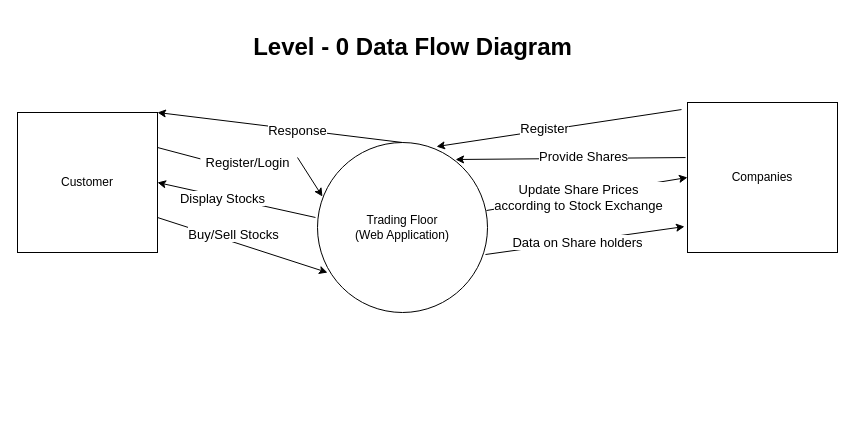
The draw.io diagram se4.drawio in AmanAgrawal21900/Colab-Notebooks, before the edit. Source tidied: cells renumbered, new cells numbered last; positions are measured from the earlier drawing's top-left corner, leaving out a move shared by most shapes. Both pictures are drawn from the tidied source at 100%, with x=0, y=0 at pixel (17, 22).
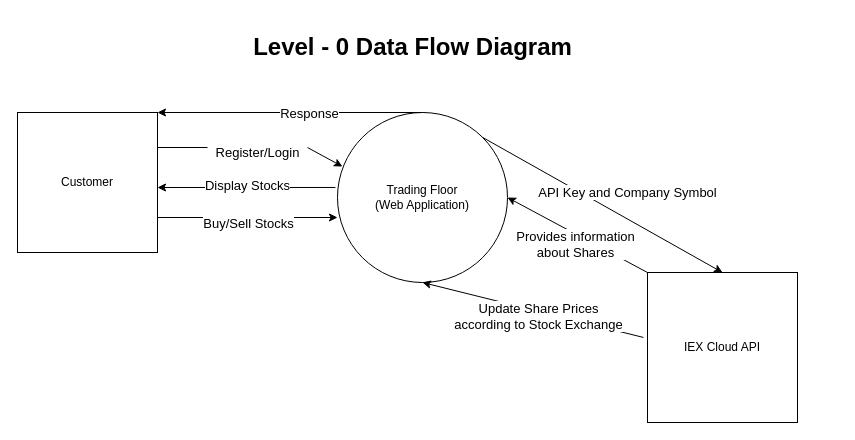
The same page after the edit.

Unchanged cells that the change refers to:
```xml
<mxCell id="3" value="Customer" style="whiteSpace=wrap;html=1;" parent="1" vertex="1">
  <mxGeometry y="90" width="140" height="140" as="geometry" />
</mxCell>
```

The edit, as a diff of the source:
```diff
@@
     <mxCell id="2" value="Trading Floor &lt;br&gt;(Web Application)" style="ellipse;whiteSpace=wrap;html=1;" parent="1" vertex="1">
-      <mxGeometry x="300" y="120" width="170" height="170" as="geometry" />
+      <mxGeometry x="320" y="90" width="170" height="170" as="geometry" />
     </mxCell>
@@
-    <mxCell id="4" value="Companies" style="whiteSpace=wrap;html=1;" parent="1" vertex="1">
-      <mxGeometry x="670" y="80" width="150" height="150" as="geometry" />
+    <mxCell id="4" value="IEX Cloud API" style="whiteSpace=wrap;html=1;" parent="1" vertex="1">
+      <mxGeometry x="630" y="250" width="150" height="150" as="geometry" />
     </mxCell>
@@
     <mxCell id="6" value="Register/Login" style="text;html=1;align=center;verticalAlign=middle;points=[];strokeColor=none;fillColor=none;strokeWidth=1;fontSize=13;" parent="1" vertex="1">
-      <mxGeometry x="180" y="130" width="100" height="20" as="geometry" />
+      <mxGeometry x="190" y="120" width="100" height="20" as="geometry" />
     </mxCell>
-    <mxCell id="7" style="endArrow=none;html=1;rounded=0;exitX=1;exitY=0.25;exitDx=0;exitDy=0;entryX=0.029;entryY=0.318;entryDx=0;entryDy=0;entryPerimeter=0;" parent="1" edge="1" source="3" target="6">
-      <mxGeometry relative="1" as="geometry" />
+    <mxCell id="7" style="endArrow=none;html=1;rounded=0;exitX=1;exitY=0.25;exitDx=0;exitDy=0;" parent="1" edge="1" source="3">
+      <mxGeometry relative="1" as="geometry">
+        <mxPoint x="190" y="125" as="targetPoint" />
+      </mxGeometry>
     </mxCell>
-    <mxCell id="8" style="endArrow=classic;html=1;rounded=0;fontSize=13;exitX=1;exitY=0.75;exitDx=0;exitDy=0;entryX=0.059;entryY=0.765;entryDx=0;entryDy=0;entryPerimeter=0;" parent="1" edge="1" source="3" target="2">
-      <mxGeometry relative="1" as="geometry" />
+    <mxCell id="8" style="endArrow=classic;html=1;rounded=0;fontSize=13;exitX=1;exitY=0.75;exitDx=0;exitDy=0;" parent="1" edge="1" source="3">
+      <mxGeometry relative="1" as="geometry">
+        <mxPoint x="320" y="195" as="targetPoint" />
+      </mxGeometry>
     </mxCell>
     <mxCell id="9" value="Buy/Sell Stocks" style="edgeLabel;html=1;align=center;verticalAlign=middle;fontSize=13;" parent="8" vertex="1">
       <mxGeometry x="-0.19" y="1" relative="1" as="geometry">
-        <mxPoint x="7" y="-5" as="offset" />
+        <mxPoint x="17" y="6" as="offset" />
       </mxGeometry>
     </mxCell>
@@
-    <mxCell id="12" style="endArrow=classic;html=1;rounded=0;fontSize=13;entryX=1;entryY=0.5;entryDx=0;entryDy=0;exitX=-0.012;exitY=0.441;exitDx=0;exitDy=0;exitPerimeter=0;" parent="1" edge="1" source="2" target="3">
-      <mxGeometry relative="1" as="geometry" />
+    <mxCell id="12" style="endArrow=classic;html=1;rounded=0;fontSize=13;exitX=-0.012;exitY=0.441;exitDx=0;exitDy=0;exitPerimeter=0;" parent="1" edge="1" source="2">
+      <mxGeometry relative="1" as="geometry">
+        <mxPoint x="140" y="165" as="targetPoint" />
+      </mxGeometry>
     </mxCell>
     <mxCell id="13" value="Display Stocks" style="edgeLabel;html=1;align=center;verticalAlign=middle;fontSize=13;" parent="12" vertex="1">
-      <mxGeometry x="0.17" y="1" relative="1" as="geometry" />
+      <mxGeometry x="0.17" y="1" relative="1" as="geometry">
+        <mxPoint x="16" y="-3" as="offset" />
+      </mxGeometry>
     </mxCell>
-    <mxCell id="14" style="endArrow=classic;html=1;rounded=0;fontSize=13;exitX=-0.013;exitY=0.367;exitDx=0;exitDy=0;exitPerimeter=0;entryX=0.812;entryY=0.1;entryDx=0;entryDy=0;entryPerimeter=0;" parent="1" edge="1" source="4" target="2">
+    <mxCell id="14" style="endArrow=classic;html=1;rounded=0;fontSize=13;exitX=0;exitY=0;exitDx=0;exitDy=0;entryX=1;entryY=0.5;entryDx=0;entryDy=0;" parent="1" edge="1" source="4" target="2">
       <mxGeometry relative="1" as="geometry" />
     </mxCell>
-    <mxCell id="15" value="Provide Shares" style="edgeLabel;html=1;align=center;verticalAlign=middle;fontSize=13;" parent="14" vertex="1">
+    <mxCell id="15" value="Provides information &lt;br&gt;about Shares" style="edgeLabel;html=1;align=center;verticalAlign=middle;fontSize=13;" parent="14" vertex="1">
       <mxGeometry x="-0.3" y="2" relative="1" as="geometry">
         <mxPoint x="-22" y="-4" as="offset" />
       </mxGeometry>
     </mxCell>
-    <mxCell id="16" style="endArrow=classic;html=1;rounded=0;fontSize=13;entryX=0;entryY=0.5;entryDx=0;entryDy=0;exitX=0.994;exitY=0.4;exitDx=0;exitDy=0;exitPerimeter=0;" parent="1" edge="1" source="2" target="4">
+    <mxCell id="16" style="endArrow=classic;html=1;rounded=0;fontSize=13;exitX=-0.027;exitY=0.433;exitDx=0;exitDy=0;exitPerimeter=0;entryX=0.5;entryY=1;entryDx=0;entryDy=0;" parent="1" edge="1" source="4" target="2">
       <mxGeometry relative="1" as="geometry" />
     </mxCell>
     <mxCell id="17" value="Update Share Prices &lt;br&gt;according to Stock Exchange" style="edgeLabel;html=1;align=center;verticalAlign=middle;fontSize=13;" parent="16" vertex="1">
       <mxGeometry x="-0.17" relative="1" as="geometry">
-        <mxPoint x="8" as="offset" />
+        <mxPoint x="-14" y="1" as="offset" />
       </mxGeometry>
     </mxCell>
+    <mxCell id="22" value="&lt;h1&gt;Level - 0 Data Flow Diagram&lt;/h1&gt;" style="text;html=1;align=center;verticalAlign=middle;strokeColor=none;fillColor=none;" parent="1" vertex="1">
+      <mxGeometry x="230" width="330" height="50" as="geometry" />
+    </mxCell>
-    <mxCell id="18" style="endArrow=classic;html=1;rounded=0;fontSize=13;exitX=0.988;exitY=0.659;exitDx=0;exitDy=0;exitPerimeter=0;entryX=-0.02;entryY=0.827;entryDx=0;entryDy=0;entryPerimeter=0;" parent="1" edge="1" source="2" target="4">
+    <mxCell id="18" style="endArrow=classic;html=1;rounded=0;exitX=1;exitY=0;exitDx=0;exitDy=0;entryX=0.5;entryY=0;entryDx=0;entryDy=0;" parent="1" edge="1" source="2" target="4">
       <mxGeometry relative="1" as="geometry" />
     </mxCell>
-    <mxCell id="19" value="Data on Share holders" style="edgeLabel;html=1;align=center;verticalAlign=middle;fontSize=13;" parent="18" vertex="1">
-      <mxGeometry x="-0.23" y="2" relative="1" as="geometry">
-        <mxPoint x="16" as="offset" />
-      </mxGeometry>
-    </mxCell>
-    <mxCell id="20" style="endArrow=classic;html=1;rounded=0;fontSize=13;exitX=-0.04;exitY=0.047;exitDx=0;exitDy=0;exitPerimeter=0;entryX=0.7;entryY=0.024;entryDx=0;entryDy=0;entryPerimeter=0;" parent="1" edge="1" source="4" target="2">
-      <mxGeometry relative="1" as="geometry" />
-    </mxCell>
-    <mxCell id="21" value="Register" style="edgeLabel;html=1;align=center;verticalAlign=middle;fontSize=13;" parent="20" vertex="1">
-      <mxGeometry x="0.12" y="-2" relative="1" as="geometry" />
-    </mxCell>
-    <mxCell id="22" value="&lt;h1&gt;Level - 0 Data Flow Diagram&lt;/h1&gt;" style="text;html=1;align=center;verticalAlign=middle;strokeColor=none;fillColor=none;" parent="1" vertex="1">
-      <mxGeometry x="230" width="330" height="50" as="geometry" />
-    </mxCell>
+    <mxCell id="23" value="&lt;font style=&quot;font-size: 13px&quot;&gt;API Key and Company Symbol&lt;/font&gt;" style="edgeLabel;html=1;align=center;verticalAlign=middle;" parent="18" vertex="1">
+      <mxGeometry x="-0.22" y="-4" relative="1" as="geometry">
+        <mxPoint x="53" y="-1" as="offset" />
+      </mxGeometry>
+    </mxCell>
```
